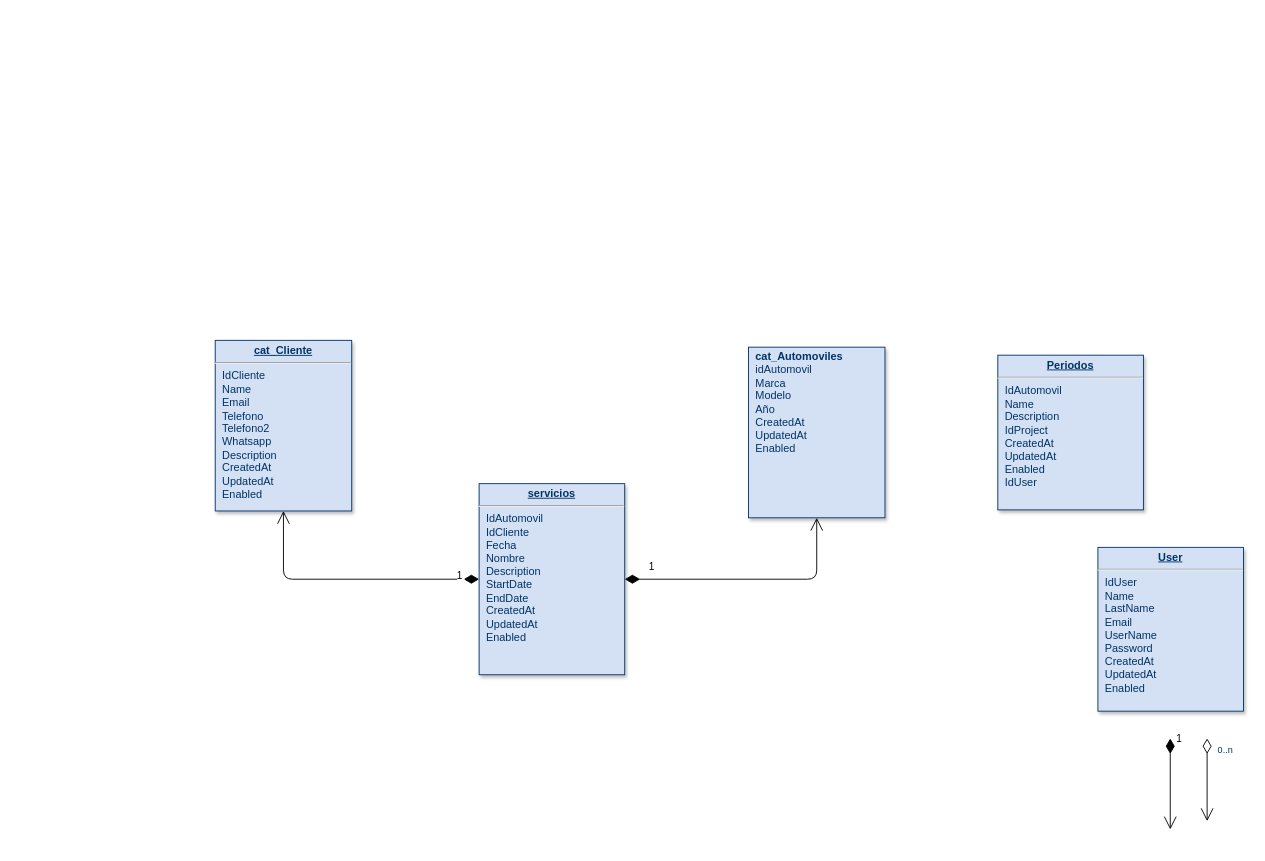
Earlier version of the draw.io diagram Untitled Diagram.drawio (urieliram/Utilities). Source tidied: cells renumbered, new cells numbered last; positions are measured from the earlier drawing's top-left corner, leaving out a move shared by most shapes. Both pictures are drawn from the tidied source at 91%, with x=0, y=0 at pixel (215, 339).
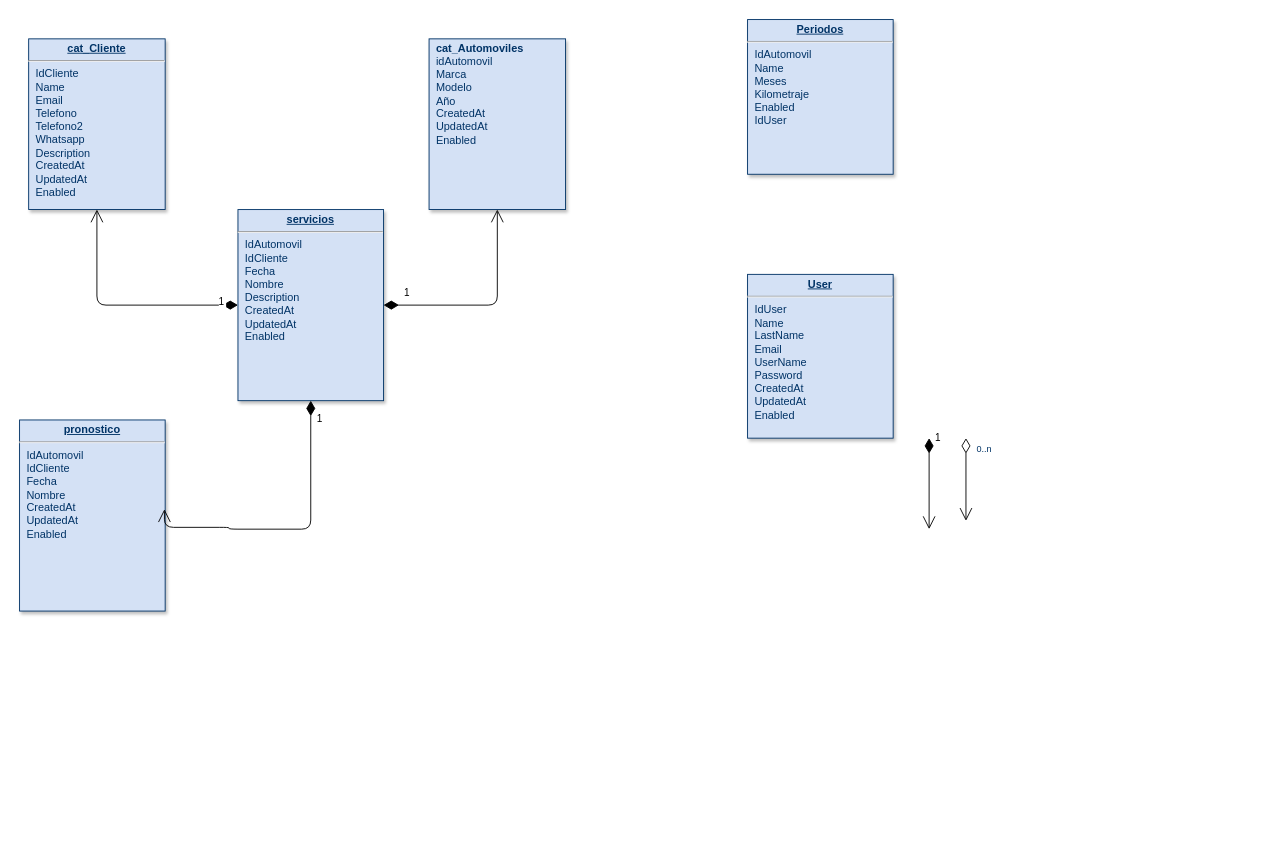
Above is the later version.

Diff of the diagram source:
```diff
@@
 <mxGraphModel>
   <root>
     <mxCell id="0" />
     <mxCell id="1" parent="0" />
     <mxCell id="2" value="&lt;p style=&quot;margin: 0px; margin-top: 4px; text-align: center; text-decoration: underline;&quot;&gt;&lt;strong&gt;User&lt;/strong&gt;&lt;/p&gt;&lt;hr&gt;&lt;p style=&quot;margin: 0px; margin-left: 8px;&quot;&gt;IdUser&lt;/p&gt;&lt;p style=&quot;margin: 0px; margin-left: 8px;&quot;&gt;&lt;span style=&quot;background-color: initial;&quot;&gt;Name&lt;/span&gt;&lt;br&gt;&lt;/p&gt;&lt;p style=&quot;margin: 0px; margin-left: 8px;&quot;&gt;LastName&lt;/p&gt;&lt;p style=&quot;margin: 0px; margin-left: 8px;&quot;&gt;Email&lt;/p&gt;&lt;p style=&quot;margin: 0px; margin-left: 8px;&quot;&gt;UserName&lt;/p&gt;&lt;p style=&quot;margin: 0px; margin-left: 8px;&quot;&gt;Password&lt;/p&gt;&lt;p style=&quot;margin: 0px; margin-left: 8px;&quot;&gt;CreatedAt&lt;/p&gt;&lt;p style=&quot;margin: 0px; margin-left: 8px;&quot;&gt;UpdatedAt&lt;/p&gt;&lt;p style=&quot;margin: 0px; margin-left: 8px;&quot;&gt;Enabled&lt;/p&gt;" style="verticalAlign=top;align=left;overflow=fill;fontSize=12;fontFamily=Helvetica;html=1;strokeColor=#003366;shadow=1;fillColor=#D4E1F5;fontColor=#003366;" parent="1" vertex="1">
-      <mxGeometry x="970" y="228" width="160" height="180" as="geometry" />
+      <mxGeometry x="585" y="-72" width="160" height="180" as="geometry" />
     </mxCell>
     <mxCell id="3" value="&lt;p style=&quot;margin: 0px; margin-top: 4px; text-align: center; text-decoration: underline;&quot;&gt;&lt;strong&gt;cat_Cliente&lt;/strong&gt;&lt;/p&gt;&lt;hr&gt;&lt;p style=&quot;margin: 0px; margin-left: 8px;&quot;&gt;IdCliente&lt;/p&gt;&lt;p style=&quot;margin: 0px; margin-left: 8px;&quot;&gt;&lt;span style=&quot;background-color: initial;&quot;&gt;Name&lt;/span&gt;&lt;br&gt;&lt;/p&gt;&lt;p style=&quot;border-color: var(--border-color); margin: 0px 0px 0px 8px;&quot;&gt;Email&lt;/p&gt;&lt;p style=&quot;border-color: var(--border-color); margin: 0px 0px 0px 8px;&quot;&gt;Telefono&lt;/p&gt;&lt;p style=&quot;border-color: var(--border-color); margin: 0px 0px 0px 8px;&quot;&gt;Telefono2&lt;/p&gt;&lt;p style=&quot;border-color: var(--border-color); margin: 0px 0px 0px 8px;&quot;&gt;Whatsapp&lt;/p&gt;&lt;p style=&quot;margin: 0px; margin-left: 8px;&quot;&gt;Description&lt;/p&gt;&lt;p style=&quot;margin: 0px; margin-left: 8px;&quot;&gt;CreatedAt&lt;/p&gt;&lt;p style=&quot;margin: 0px; margin-left: 8px;&quot;&gt;UpdatedAt&lt;/p&gt;&lt;p style=&quot;margin: 0px; margin-left: 8px;&quot;&gt;Enabled&lt;/p&gt;" style="verticalAlign=top;align=left;overflow=fill;fontSize=12;fontFamily=Helvetica;html=1;strokeColor=#003366;shadow=1;fillColor=#D4E1F5;fontColor=#003366;" parent="1" vertex="1">
-      <mxGeometry y="0.5" width="150" height="187.5" as="geometry" />
+      <mxGeometry x="-205" y="-330.8" width="150" height="187.5" as="geometry" />
     </mxCell>
-    <mxCell id="4" value="&lt;p style=&quot;margin: 0px; margin-top: 4px; text-align: center; text-decoration: underline;&quot;&gt;&lt;b&gt;Periodos&lt;/b&gt;&lt;/p&gt;&lt;hr&gt;&lt;p style=&quot;margin: 0px; margin-left: 8px;&quot;&gt;IdAutomovil&lt;/p&gt;&lt;p style=&quot;margin: 0px; margin-left: 8px;&quot;&gt;Name&lt;/p&gt;&lt;p style=&quot;margin: 0px; margin-left: 8px;&quot;&gt;Description&lt;/p&gt;&lt;p style=&quot;margin: 0px; margin-left: 8px;&quot;&gt;IdProject&lt;/p&gt;&lt;p style=&quot;margin: 0px; margin-left: 8px;&quot;&gt;CreatedAt&lt;/p&gt;&lt;p style=&quot;margin: 0px; margin-left: 8px;&quot;&gt;UpdatedAt&lt;/p&gt;&lt;p style=&quot;margin: 0px; margin-left: 8px;&quot;&gt;Enabled&lt;/p&gt;&lt;p style=&quot;margin: 0px; margin-left: 8px;&quot;&gt;IdUser&lt;/p&gt;" style="verticalAlign=top;align=left;overflow=fill;fontSize=12;fontFamily=Helvetica;html=1;strokeColor=#003366;shadow=1;fillColor=#D4E1F5;fontColor=#003366;" parent="1" vertex="1">
-      <mxGeometry x="860" y="16.8" width="160" height="170" as="geometry" />
+    <mxCell id="4" value="&lt;p style=&quot;margin: 0px; margin-top: 4px; text-align: center; text-decoration: underline;&quot;&gt;&lt;b&gt;Periodos&lt;/b&gt;&lt;/p&gt;&lt;hr&gt;&lt;p style=&quot;margin: 0px; margin-left: 8px;&quot;&gt;IdAutomovil&lt;/p&gt;&lt;p style=&quot;margin: 0px; margin-left: 8px;&quot;&gt;Name&lt;/p&gt;&lt;p style=&quot;margin: 0px; margin-left: 8px;&quot;&gt;Meses&lt;/p&gt;&lt;p style=&quot;margin: 0px; margin-left: 8px;&quot;&gt;Kilometraje&lt;/p&gt;&lt;p style=&quot;margin: 0px; margin-left: 8px;&quot;&gt;Enabled&lt;/p&gt;&lt;p style=&quot;margin: 0px; margin-left: 8px;&quot;&gt;IdUser&lt;/p&gt;" style="verticalAlign=top;align=left;overflow=fill;fontSize=12;fontFamily=Helvetica;html=1;strokeColor=#003366;shadow=1;fillColor=#D4E1F5;fontColor=#003366;" parent="1" vertex="1">
+      <mxGeometry x="585" y="-352" width="160" height="170" as="geometry" />
     </mxCell>
     <mxCell id="5" value="&lt;p style=&quot;margin: 0px; margin-top: 4px; text-align: center; text-decoration: underline;&quot;&gt;&lt;/p&gt;&lt;p style=&quot;margin: 0px; margin-left: 8px;&quot;&gt;&lt;b&gt;cat_Automoviles&lt;/b&gt;&lt;/p&gt;&lt;p style=&quot;margin: 0px; margin-left: 8px;&quot;&gt;idAutomovil&lt;/p&gt;&lt;p style=&quot;margin: 0px; margin-left: 8px;&quot;&gt;Marca&lt;/p&gt;&lt;p style=&quot;margin: 0px; margin-left: 8px;&quot;&gt;Modelo&lt;/p&gt;&lt;p style=&quot;margin: 0px; margin-left: 8px;&quot;&gt;Año&lt;/p&gt;&lt;p style=&quot;border-color: var(--border-color); margin: 0px 0px 0px 8px;&quot;&gt;CreatedAt&lt;/p&gt;&lt;p style=&quot;border-color: var(--border-color); margin: 0px 0px 0px 8px;&quot;&gt;UpdatedAt&lt;/p&gt;&lt;p style=&quot;border-color: var(--border-color); margin: 0px 0px 0px 8px;&quot;&gt;Enabled&lt;/p&gt;&lt;p style=&quot;margin: 0px; margin-left: 8px;&quot;&gt;&lt;br&gt;&lt;/p&gt;" style="verticalAlign=top;align=left;overflow=fill;fontSize=12;fontFamily=Helvetica;html=1;strokeColor=#003366;shadow=1;fillColor=#D4E1F5;fontColor=#003366;" parent="1" vertex="1">
-      <mxGeometry x="586" y="8" width="150" height="187.5" as="geometry" />
+      <mxGeometry x="235" y="-330.8" width="150" height="187.5" as="geometry" />
     </mxCell>
-    <mxCell id="6" value="&lt;p style=&quot;margin: 0px ; margin-top: 4px ; text-align: center ; text-decoration: underline&quot;&gt;&lt;strong&gt;servicios&lt;/strong&gt;&lt;/p&gt;&lt;hr style=&quot;border-color: var(--border-color);&quot;&gt;&lt;p style=&quot;border-color: var(--border-color); margin: 0px 0px 0px 8px;&quot;&gt;IdAutomovil&lt;/p&gt;&lt;p style=&quot;border-color: var(--border-color); margin: 0px 0px 0px 8px;&quot;&gt;IdCliente&lt;/p&gt;&lt;p style=&quot;border-color: var(--border-color); margin: 0px 0px 0px 8px;&quot;&gt;Fecha&lt;/p&gt;&lt;p style=&quot;border-color: var(--border-color); margin: 0px 0px 0px 8px;&quot;&gt;Nombre&lt;/p&gt;&lt;p style=&quot;border-color: var(--border-color); margin: 0px 0px 0px 8px;&quot;&gt;Description&lt;/p&gt;&lt;p style=&quot;border-color: var(--border-color); margin: 0px 0px 0px 8px;&quot;&gt;StartDate&lt;/p&gt;&lt;p style=&quot;border-color: var(--border-color); margin: 0px 0px 0px 8px;&quot;&gt;EndDate&lt;/p&gt;&lt;p style=&quot;border-color: var(--border-color); margin: 0px 0px 0px 8px;&quot;&gt;CreatedAt&lt;/p&gt;&lt;p style=&quot;border-color: var(--border-color); margin: 0px 0px 0px 8px;&quot;&gt;UpdatedAt&lt;/p&gt;&lt;p style=&quot;border-color: var(--border-color); margin: 0px 0px 0px 8px;&quot;&gt;Enabled&lt;/p&gt;" style="verticalAlign=top;align=left;overflow=fill;fontSize=12;fontFamily=Helvetica;html=1;strokeColor=#003366;shadow=1;fillColor=#D4E1F5;fontColor=#003366;" parent="1" vertex="1">
-      <mxGeometry x="290" y="158" width="160" height="210" as="geometry" />
+    <mxCell id="6" value="&lt;p style=&quot;margin: 0px ; margin-top: 4px ; text-align: center ; text-decoration: underline&quot;&gt;&lt;strong&gt;servicios&lt;/strong&gt;&lt;/p&gt;&lt;hr style=&quot;border-color: var(--border-color);&quot;&gt;&lt;p style=&quot;border-color: var(--border-color); margin: 0px 0px 0px 8px;&quot;&gt;IdAutomovil&lt;/p&gt;&lt;p style=&quot;border-color: var(--border-color); margin: 0px 0px 0px 8px;&quot;&gt;IdCliente&lt;/p&gt;&lt;p style=&quot;border-color: var(--border-color); margin: 0px 0px 0px 8px;&quot;&gt;Fecha&lt;/p&gt;&lt;p style=&quot;border-color: var(--border-color); margin: 0px 0px 0px 8px;&quot;&gt;Nombre&lt;/p&gt;&lt;p style=&quot;border-color: var(--border-color); margin: 0px 0px 0px 8px;&quot;&gt;Description&lt;br&gt;&lt;/p&gt;&lt;p style=&quot;border-color: var(--border-color); margin: 0px 0px 0px 8px;&quot;&gt;CreatedAt&lt;/p&gt;&lt;p style=&quot;border-color: var(--border-color); margin: 0px 0px 0px 8px;&quot;&gt;UpdatedAt&lt;/p&gt;&lt;p style=&quot;border-color: var(--border-color); margin: 0px 0px 0px 8px;&quot;&gt;Enabled&lt;/p&gt;" style="verticalAlign=top;align=left;overflow=fill;fontSize=12;fontFamily=Helvetica;html=1;strokeColor=#003366;shadow=1;fillColor=#D4E1F5;fontColor=#003366;" parent="1" vertex="1">
+      <mxGeometry x="25" y="-143.2" width="160" height="210" as="geometry" />
     </mxCell>
     <mxCell id="7" style="endArrow=open;endSize=12;startArrow=diamondThin;startSize=14;startFill=0;edgeStyle=orthogonalEdgeStyle;" parent="1" edge="1">
-      <mxGeometry x="940" y="758.4" as="geometry">
-        <mxPoint x="1090" y="438" as="sourcePoint" />
-        <mxPoint x="1090" y="528.9" as="targetPoint" />
+      <mxGeometry x="675" y="428.4" as="geometry">
+        <mxPoint x="825" y="108" as="sourcePoint" />
+        <mxPoint x="825" y="198.9" as="targetPoint" />
       </mxGeometry>
     </mxCell>
     <mxCell id="8" value="0..n" style="align=left;verticalAlign=top;labelBackgroundColor=#ffffff;fontSize=10;strokeColor=#003366;shadow=1;fillColor=#D4E1F5;fontColor=#003366;" parent="7" vertex="1">
       <mxGeometry x="-1" relative="1" as="geometry">
         <mxPoint x="10" as="offset" />
       </mxGeometry>
     </mxCell>
     <mxCell id="9" value="1" style="endArrow=open;endSize=12;startArrow=diamondThin;startSize=14;startFill=1;edgeStyle=orthogonalEdgeStyle;align=left;verticalAlign=bottom;exitX=0;exitY=0.5;exitDx=0;exitDy=0;entryX=0.5;entryY=1;entryDx=0;entryDy=0;" parent="1" edge="1" source="6" target="3">
       <mxGeometry x="-0.82" y="5" relative="1" as="geometry" />
     </mxCell>
     <mxCell id="10" value="1" style="endArrow=open;endSize=12;startArrow=diamondThin;startSize=14;startFill=1;edgeStyle=orthogonalEdgeStyle;align=left;verticalAlign=bottom;" parent="1" edge="1">
       <mxGeometry x="-0.82" y="5" relative="1" as="geometry">
-        <mxPoint x="1049.5" y="438" as="sourcePoint" />
-        <mxPoint x="1049.5" y="538" as="targetPoint" />
+        <mxPoint x="784.5" y="108" as="sourcePoint" />
+        <mxPoint x="784.5" y="208" as="targetPoint" />
       </mxGeometry>
     </mxCell>
     <mxCell id="11" value="1" style="endArrow=open;endSize=12;startArrow=diamondThin;startSize=14;startFill=1;edgeStyle=orthogonalEdgeStyle;align=left;verticalAlign=bottom;exitX=1;exitY=0.5;exitDx=0;exitDy=0;entryX=0.5;entryY=1;entryDx=0;entryDy=0;" parent="1" edge="1" source="6" target="5">
       <mxGeometry x="-0.82" y="5" relative="1" as="geometry" />
     </mxCell>
+    <mxCell id="12" value="&lt;p style=&quot;margin: 0px ; margin-top: 4px ; text-align: center ; text-decoration: underline&quot;&gt;&lt;strong&gt;pronostico&lt;/strong&gt;&lt;/p&gt;&lt;hr style=&quot;border-color: var(--border-color);&quot;&gt;&lt;p style=&quot;border-color: var(--border-color); margin: 0px 0px 0px 8px;&quot;&gt;IdAutomovil&lt;/p&gt;&lt;p style=&quot;border-color: var(--border-color); margin: 0px 0px 0px 8px;&quot;&gt;IdCliente&lt;/p&gt;&lt;p style=&quot;border-color: var(--border-color); margin: 0px 0px 0px 8px;&quot;&gt;Fecha&lt;/p&gt;&lt;p style=&quot;border-color: var(--border-color); margin: 0px 0px 0px 8px;&quot;&gt;Nombre&lt;/p&gt;&lt;p style=&quot;border-color: var(--border-color); margin: 0px 0px 0px 8px;&quot;&gt;CreatedAt&lt;/p&gt;&lt;p style=&quot;border-color: var(--border-color); margin: 0px 0px 0px 8px;&quot;&gt;UpdatedAt&lt;/p&gt;&lt;p style=&quot;border-color: var(--border-color); margin: 0px 0px 0px 8px;&quot;&gt;Enabled&lt;/p&gt;" style="verticalAlign=top;align=left;overflow=fill;fontSize=12;fontFamily=Helvetica;html=1;strokeColor=#003366;shadow=1;fillColor=#D4E1F5;fontColor=#003366;" parent="1" vertex="1">
+      <mxGeometry x="-215" y="88" width="160" height="210" as="geometry" />
+    </mxCell>
+    <mxCell id="13" value="1" style="endArrow=open;endSize=12;startArrow=diamondThin;startSize=14;startFill=1;align=left;verticalAlign=bottom;entryX=0.995;entryY=0.467;entryDx=0;entryDy=0;edgeStyle=orthogonalEdgeStyle;entryPerimeter=0;" parent="1" edge="1" source="6" target="12">
+      <mxGeometry x="-0.82" y="5" relative="1" as="geometry">
+        <Array as="points">
+          <mxPoint x="105" y="208" />
+          <mxPoint x="15" y="208" />
+          <mxPoint x="15" y="206" />
+        </Array>
+      </mxGeometry>
+    </mxCell>
   </root>
 </mxGraphModel>
```
